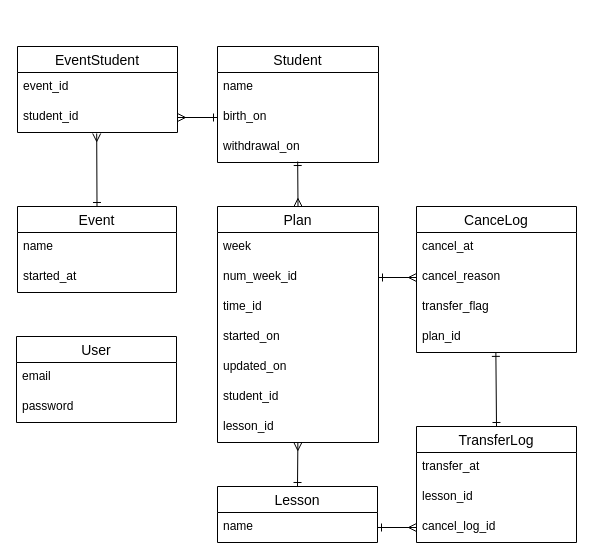
This is ER.dio from minidebu/classboard2, a draw.io file, before an edit. Source tidied: cells renumbered, new cells numbered last; positions are measured from the earlier drawing's top-left corner, leaving out a move shared by most shapes. Both pictures are drawn from the tidied source at 100%, with x=0, y=0 at pixel (16, 46).
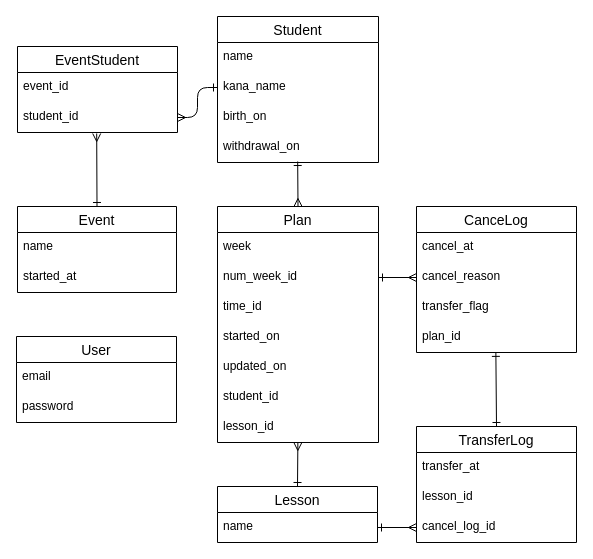
Above is the later version.

Diff of the diagram source:
```diff
@@
     <mxCell id="5" value="Student" style="swimlane;fontStyle=0;horizontal=1;startSize=26;align=center;fontSize=14;" parent="1" vertex="1">
-      <mxGeometry x="201" width="161" height="116" as="geometry" />
+      <mxGeometry x="201" y="-30" width="161" height="146" as="geometry" />
     </mxCell>
@@
-    <mxCell id="7" value="birth_on" style="text;strokeColor=none;fillColor=none;spacingLeft=4;spacingRight=4;overflow=hidden;points=[[0,0.5],[1,0.5]];portConstraint=eastwest;fontSize=12;" parent="5" vertex="1">
+    <mxCell id="7" value="kana_name" style="text;strokeColor=none;fillColor=none;spacingLeft=4;spacingRight=4;overflow=hidden;points=[[0,0.5],[1,0.5]];portConstraint=eastwest;fontSize=12;" parent="5" vertex="1">
       <mxGeometry y="56" width="161" height="30" as="geometry" />
     </mxCell>
+    <mxCell id="41" value="birth_on" style="text;strokeColor=none;fillColor=none;spacingLeft=4;spacingRight=4;overflow=hidden;fontSize=12;" parent="5" vertex="1">
+      <mxGeometry y="86" width="161" height="30" as="geometry" />
+    </mxCell>
     <mxCell id="8" value="withdrawal_on" style="text;strokeColor=none;fillColor=none;spacingLeft=4;spacingRight=4;overflow=hidden;points=[[0,0.5],[1,0.5]];portConstraint=eastwest;fontSize=12;" parent="5" vertex="1">
-      <mxGeometry y="86" width="161" height="30" as="geometry" />
+      <mxGeometry y="116" width="161" height="30" as="geometry" />
     </mxCell>
```
